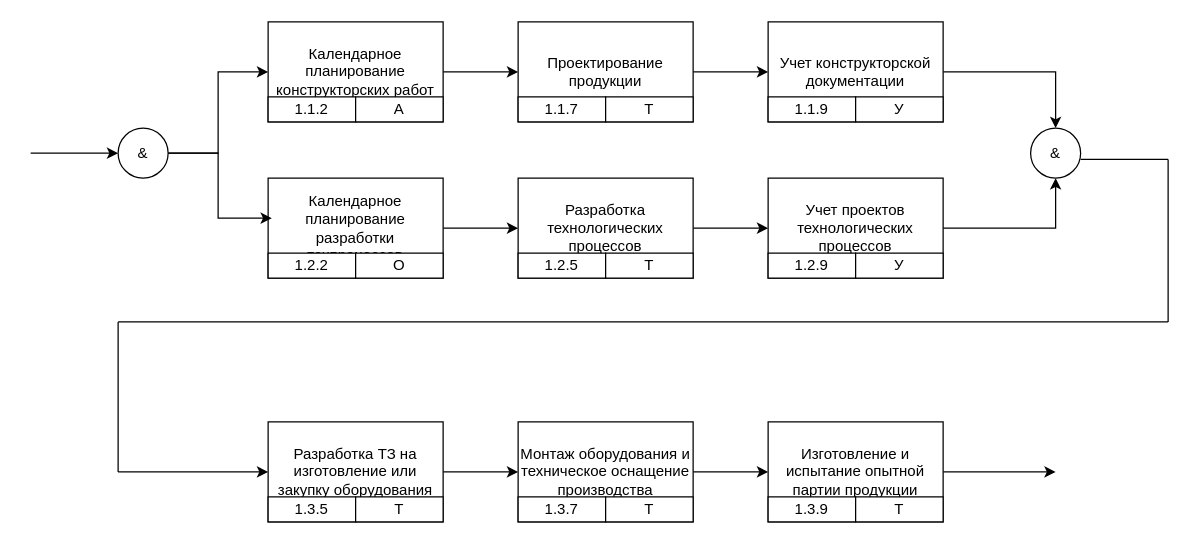
This is Схемы и рисунки/2.5.1 финальная.drawio from xKezz/kursovaya, a draw.io file, before an edit. Source tidied: cells renumbered, new cells numbered last; positions are measured from the earlier drawing's top-left corner, leaving out a move shared by most shapes. Both pictures are drawn from the tidied source at 125%, with x=0, y=0 at pixel (30, 21).
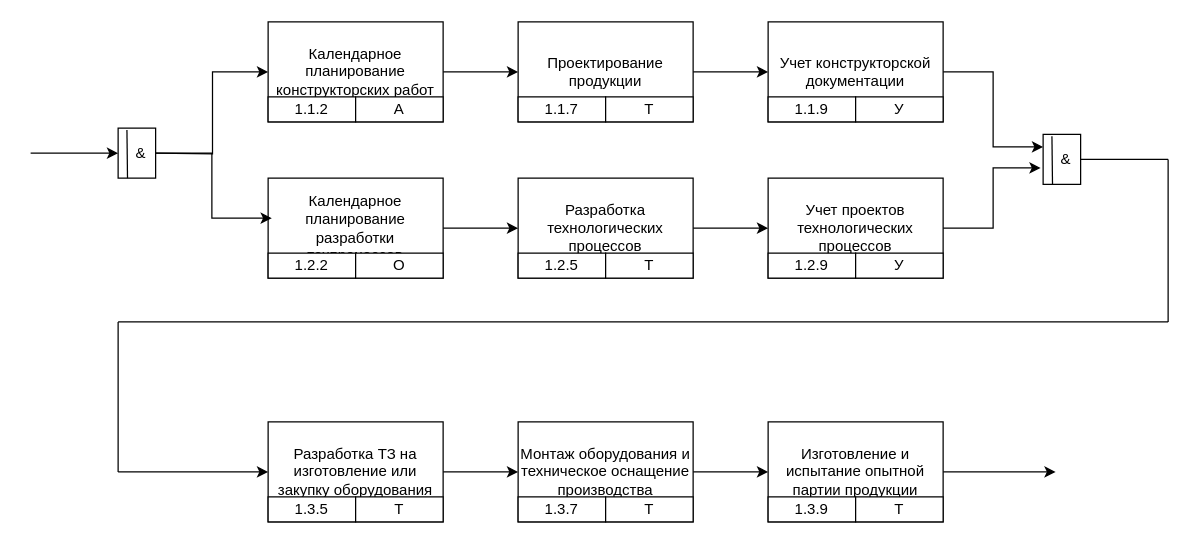
After the change.

The change refers to these unchanged cells:
```xml
<mxCell id="6" value="Календарное планирование конструкторских работ" style="rounded=0;whiteSpace=wrap;html=1;" parent="1" vertex="1">
  <mxGeometry x="190" width="140" height="80" as="geometry" />
</mxCell>
<mxCell id="10" value="Календарное планирование разработки техпроцессов" style="rounded=0;whiteSpace=wrap;html=1;" parent="1" vertex="1">
  <mxGeometry x="190" y="125" width="140" height="80" as="geometry" />
</mxCell>
<mxCell id="23" value="Учет проектов технологических процессов" style="rounded=0;whiteSpace=wrap;html=1;" parent="1" vertex="1">
  <mxGeometry x="590" y="125" width="140" height="80" as="geometry" />
</mxCell>
<mxCell id="27" value="Учет конструкторской документации" style="rounded=0;whiteSpace=wrap;html=1;" parent="1" vertex="1">
  <mxGeometry x="590" width="140" height="80" as="geometry" />
</mxCell>
```

What changed in the source:
```diff
@@
-    <mxCell id="3" style="edgeStyle=orthogonalEdgeStyle;rounded=0;jettySize=auto;html=1;entryX=0;entryY=0.5;entryDx=0;entryDy=0;" parent="1" edge="1" source="4" target="6">
-      <mxGeometry relative="1" as="geometry" />
+    <mxCell id="3" style="edgeStyle=orthogonalEdgeStyle;rounded=0;jettySize=auto;html=1;entryX=0;entryY=0.5;entryDx=0;entryDy=0;" parent="1" edge="1" target="6">
+      <mxGeometry relative="1" as="geometry">
+        <mxPoint x="100" y="105" as="sourcePoint" />
+      </mxGeometry>
     </mxCell>
-    <mxCell id="4" value="&amp;amp;" style="ellipse;whiteSpace=wrap;html=1;" parent="1" vertex="1">
-      <mxGeometry x="70" y="85" width="40" height="40" as="geometry" />
-    </mxCell>
@@
-    <mxCell id="13" style="edgeStyle=orthogonalEdgeStyle;rounded=0;jettySize=auto;html=1;entryX=0.021;entryY=0.4;entryDx=0;entryDy=0;entryPerimeter=0;" parent="1" edge="1" source="4" target="10">
+    <mxCell id="13" style="edgeStyle=orthogonalEdgeStyle;rounded=0;jettySize=auto;html=1;entryX=0.021;entryY=0.4;entryDx=0;entryDy=0;entryPerimeter=0;exitX=1;exitY=0.5;exitDx=0;exitDy=0;" parent="1" edge="1" source="48" target="10">
       <mxGeometry relative="1" as="geometry" />
     </mxCell>
@@
-    <mxCell id="22" style="edgeStyle=orthogonalEdgeStyle;rounded=0;jettySize=auto;html=1;entryX=0.5;entryY=1;entryDx=0;entryDy=0;" parent="1" edge="1" source="23" target="30">
+    <mxCell id="22" style="edgeStyle=orthogonalEdgeStyle;rounded=0;jettySize=auto;html=1;entryX=-0.067;entryY=0.67;entryDx=0;entryDy=0;entryPerimeter=0;" parent="1" edge="1" source="23" target="50">
       <mxGeometry relative="1" as="geometry" />
     </mxCell>
@@
-    <mxCell id="26" style="edgeStyle=orthogonalEdgeStyle;rounded=0;jettySize=auto;html=1;entryX=0.5;entryY=0;entryDx=0;entryDy=0;" parent="1" edge="1" source="27" target="30">
+    <mxCell id="26" style="edgeStyle=orthogonalEdgeStyle;rounded=0;jettySize=auto;html=1;entryX=0;entryY=0.25;entryDx=0;entryDy=0;" parent="1" edge="1" source="27" target="50">
       <mxGeometry relative="1" as="geometry" />
     </mxCell>
@@
-    <mxCell id="30" value="&amp;amp;" style="ellipse;whiteSpace=wrap;html=1;" parent="1" vertex="1">
-      <mxGeometry x="800" y="85" width="40" height="40" as="geometry" />
-    </mxCell>
@@
+    <mxCell id="48" value="&amp;nbsp; &amp;amp;" style="rounded=0;whiteSpace=wrap;html=1;" parent="1" vertex="1">
+      <mxGeometry x="70" y="85" width="30" height="40" as="geometry" />
+    </mxCell>
+    <mxCell id="49" style="endArrow=none;html=1;rounded=0;exitX=0.25;exitY=1;exitDx=0;exitDy=0;entryX=0.235;entryY=0.039;entryDx=0;entryDy=0;entryPerimeter=0;" parent="1" edge="1" source="48" target="48">
+      <mxGeometry relative="1" as="geometry" />
+    </mxCell>
+    <mxCell id="50" value="&amp;nbsp; &amp;amp;" style="rounded=0;whiteSpace=wrap;html=1;" parent="1" vertex="1">
+      <mxGeometry x="810" y="90" width="30" height="40" as="geometry" />
+    </mxCell>
+    <mxCell id="51" style="endArrow=none;html=1;rounded=0;exitX=0.25;exitY=1;exitDx=0;exitDy=0;entryX=0.235;entryY=0.039;entryDx=0;entryDy=0;entryPerimeter=0;" parent="1" edge="1" source="50" target="50">
+      <mxGeometry relative="1" as="geometry" />
+    </mxCell>
```
